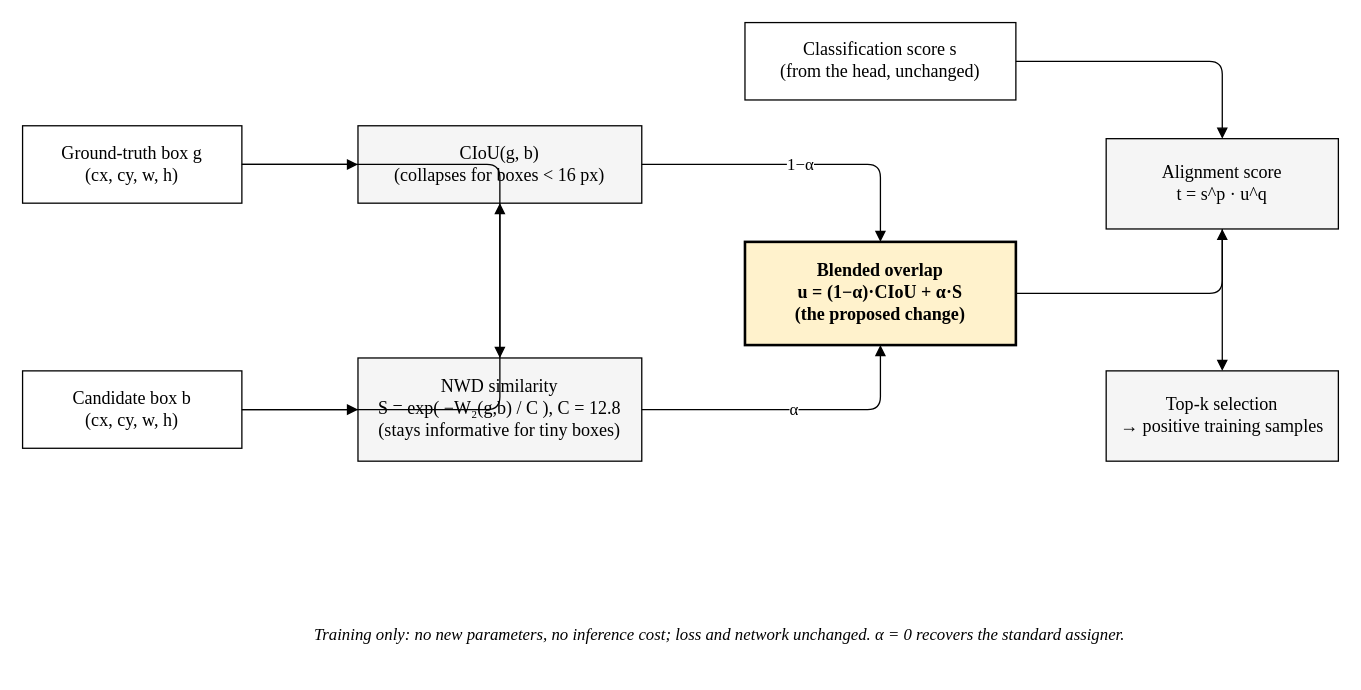
Above: 27-07-2026-Novelty-Lap-4/figures_new/fig_assign_mechanism.drawio in Mofazzal874/CSE4000-Thesis (draw.io), before the change. Source tidied: cells renumbered, new cells numbered last; positions are measured from the earlier drawing's top-left corner, leaving out a move shared by most shapes. Both pictures are drawn from the tidied source at 129%, with x=0, y=0 at pixel (22, 22).
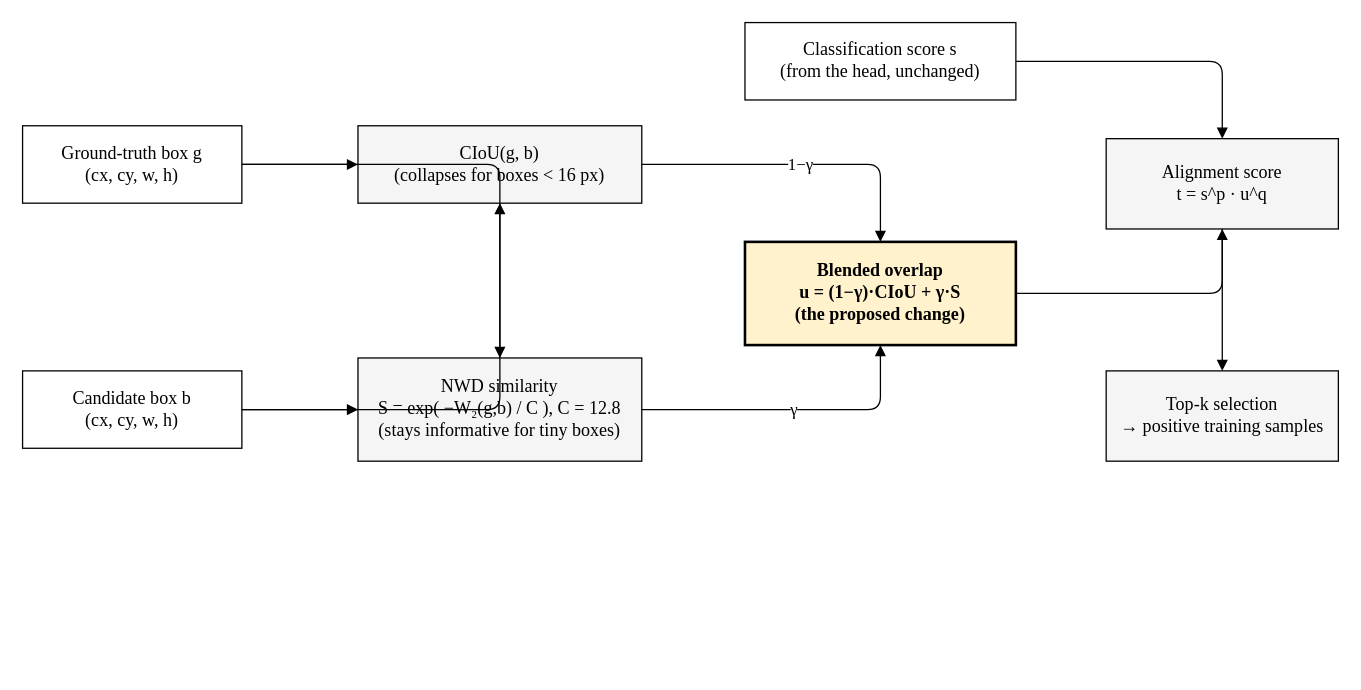
Above is the later version.

Change to the diagram source:
```diff
@@
 <mxGraphModel>
   <root>
     <mxCell id="0" />
     <mxCell id="1" parent="0" />
     <mxCell id="2" value="Ground-truth box g&#10;(cx, cy, w, h)" style="rounded=0;whiteSpace=wrap;html=1;fontFamily=Times New Roman;fontSize=14;fillColor=#FFFFFF;strokeColor=#000000;" parent="1" vertex="1">
       <mxGeometry y="80" width="170" height="60" as="geometry" />
     </mxCell>
     <mxCell id="3" value="Candidate box b&#10;(cx, cy, w, h)" style="rounded=0;whiteSpace=wrap;html=1;fontFamily=Times New Roman;fontSize=14;fillColor=#FFFFFF;strokeColor=#000000;" parent="1" vertex="1">
       <mxGeometry y="270" width="170" height="60" as="geometry" />
     </mxCell>
     <mxCell id="4" value="CIoU(g, b)&#10;(collapses for boxes &lt; 16 px)" style="rounded=0;whiteSpace=wrap;html=1;fontFamily=Times New Roman;fontSize=14;fillColor=#F5F5F5;strokeColor=#000000;" parent="1" vertex="1">
       <mxGeometry x="260" y="80" width="220" height="60" as="geometry" />
     </mxCell>
     <mxCell id="5" value="NWD similarity&#10;S = exp( −W₂(g,b) / C ),  C = 12.8&#10;(stays informative for tiny boxes)" style="rounded=0;whiteSpace=wrap;html=1;fontFamily=Times New Roman;fontSize=14;fillColor=#F5F5F5;strokeColor=#000000;" parent="1" vertex="1">
       <mxGeometry x="260" y="260" width="220" height="80" as="geometry" />
     </mxCell>
-    <mxCell id="6" value="Blended overlap&#10;u = (1−α)·CIoU + α·S&#10;(the proposed change)" style="rounded=0;whiteSpace=wrap;html=1;fontFamily=Times New Roman;fontSize=14;fontStyle=1;fillColor=#FFF2CC;strokeColor=#000000;strokeWidth=2;" parent="1" vertex="1">
+    <mxCell id="6" value="Blended overlap&#10;u = (1−γ)·CIoU + γ·S&#10;(the proposed change)" style="rounded=0;whiteSpace=wrap;html=1;fontFamily=Times New Roman;fontSize=14;fontStyle=1;fillColor=#FFF2CC;strokeColor=#000000;strokeWidth=2;" parent="1" vertex="1">
       <mxGeometry x="560" y="170" width="210" height="80" as="geometry" />
     </mxCell>
     <mxCell id="7" value="Classification score s&#10;(from the head, unchanged)" style="rounded=0;whiteSpace=wrap;html=1;fontFamily=Times New Roman;fontSize=14;fillColor=#FFFFFF;strokeColor=#000000;" parent="1" vertex="1">
       <mxGeometry x="560" width="210" height="60" as="geometry" />
     </mxCell>
     <mxCell id="8" value="Alignment score&#10;t = s^p · u^q" style="rounded=0;whiteSpace=wrap;html=1;fontFamily=Times New Roman;fontSize=14;fillColor=#F5F5F5;strokeColor=#000000;" parent="1" vertex="1">
       <mxGeometry x="840" y="90" width="180" height="70" as="geometry" />
     </mxCell>
     <mxCell id="9" value="Top-k selection&#10;→ positive training samples" style="rounded=0;whiteSpace=wrap;html=1;fontFamily=Times New Roman;fontSize=14;fillColor=#F5F5F5;strokeColor=#000000;" parent="1" vertex="1">
       <mxGeometry x="840" y="270" width="180" height="70" as="geometry" />
     </mxCell>
-    <mxCell id="10" value="Training only: no new parameters, no inference cost; loss and network unchanged. α = 0 recovers the standard assigner." style="text;html=1;align=center;fontFamily=Times New Roman;fontSize=13;fontStyle=2;" parent="1" vertex="1">
-      <mxGeometry x="260" y="460" width="560" height="40" as="geometry" />
-    </mxCell>
     <mxCell id="11" style="edgeStyle=orthogonalEdgeStyle;html=1;endArrow=block;" parent="1" edge="1" source="2" target="4">
       <mxGeometry relative="1" as="geometry" />
     </mxCell>
     <mxCell id="12" style="edgeStyle=orthogonalEdgeStyle;html=1;endArrow=block;" parent="1" edge="1" source="3" target="4">
       <mxGeometry relative="1" as="geometry" />
     </mxCell>
     <mxCell id="13" style="edgeStyle=orthogonalEdgeStyle;html=1;endArrow=block;" parent="1" edge="1" source="2" target="5">
       <mxGeometry relative="1" as="geometry" />
     </mxCell>
     <mxCell id="14" style="edgeStyle=orthogonalEdgeStyle;html=1;endArrow=block;" parent="1" edge="1" source="3" target="5">
       <mxGeometry relative="1" as="geometry" />
     </mxCell>
-    <mxCell id="15" value="1−α" style="edgeStyle=orthogonalEdgeStyle;html=1;endArrow=block;fontFamily=Times New Roman;fontSize=13;" parent="1" edge="1" source="4" target="6">
+    <mxCell id="15" value="1−γ" style="edgeStyle=orthogonalEdgeStyle;html=1;endArrow=block;fontFamily=Times New Roman;fontSize=13;" parent="1" edge="1" source="4" target="6">
       <mxGeometry relative="1" as="geometry" />
     </mxCell>
-    <mxCell id="16" value="α" style="edgeStyle=orthogonalEdgeStyle;html=1;endArrow=block;fontFamily=Times New Roman;fontSize=13;" parent="1" edge="1" source="5" target="6">
+    <mxCell id="16" value="γ" style="edgeStyle=orthogonalEdgeStyle;html=1;endArrow=block;fontFamily=Times New Roman;fontSize=13;" parent="1" edge="1" source="5" target="6">
       <mxGeometry relative="1" as="geometry" />
     </mxCell>
     <mxCell id="17" style="edgeStyle=orthogonalEdgeStyle;html=1;endArrow=block;" parent="1" edge="1" source="6" target="8">
       <mxGeometry relative="1" as="geometry" />
     </mxCell>
     <mxCell id="18" style="edgeStyle=orthogonalEdgeStyle;html=1;endArrow=block;" parent="1" edge="1" source="7" target="8">
       <mxGeometry relative="1" as="geometry" />
     </mxCell>
     <mxCell id="19" style="edgeStyle=orthogonalEdgeStyle;html=1;endArrow=block;" parent="1" edge="1" source="8" target="9">
       <mxGeometry relative="1" as="geometry" />
     </mxCell>
   </root>
 </mxGraphModel>
```
